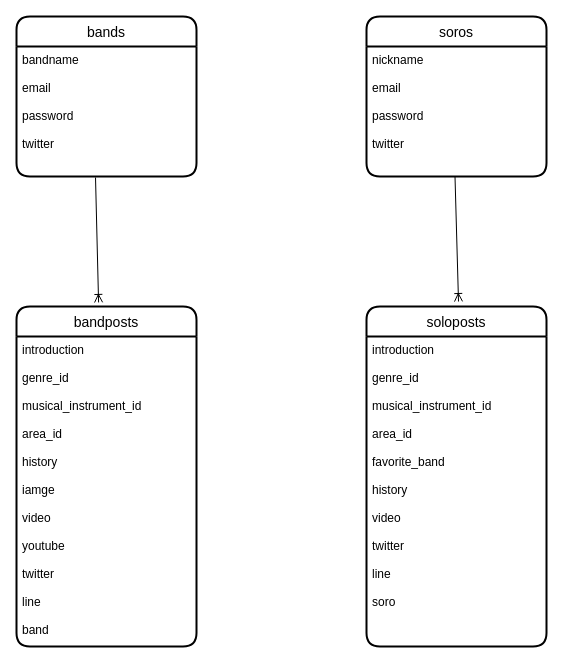
This is ER.dio from yamato1001/band-app, a draw.io file, before an edit. Source tidied: cells renumbered, new cells numbered last; positions are measured from the earlier drawing's top-left corner, leaving out a move shared by most shapes. Both pictures are drawn from the tidied source at 100%, with x=0, y=0 at pixel (16, 16).
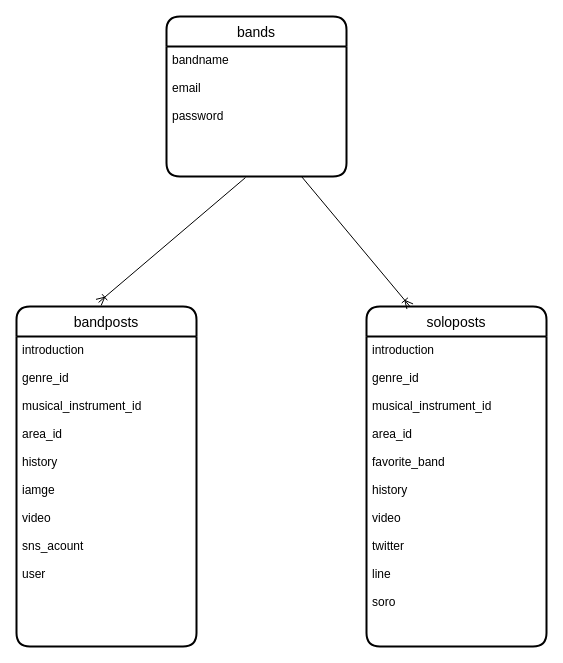
The same diagram, later.

The edit, as a diff of the source:
```diff
@@
 <mxGraphModel>
   <root>
     <mxCell id="0" />
     <mxCell id="1" parent="0" />
     <mxCell id="2" value="bands" style="swimlane;horizontal=1;startSize=30;rounded=1;fontSize=14;fontStyle=0;strokeWidth=2;shadow=0;dashed=0;align=center;" parent="1" vertex="1">
-      <mxGeometry width="180" height="160" as="geometry" />
+      <mxGeometry x="150" width="180" height="160" as="geometry" />
     </mxCell>
-    <mxCell id="3" value="bandname&#10;&#10;email&#10;&#10;password&#10;&#10;twitter&#10;" style="align=left;strokeColor=none;fillColor=none;spacingLeft=4;fontSize=12;verticalAlign=top;" parent="2" vertex="1">
+    <mxCell id="3" value="bandname&#10;&#10;email&#10;&#10;password&#10;&#10;" style="align=left;strokeColor=none;fillColor=none;spacingLeft=4;fontSize=12;verticalAlign=top;" parent="2" vertex="1">
       <mxGeometry y="30" width="180" height="130" as="geometry" />
     </mxCell>
-    <mxCell id="4" value="soros" style="swimlane;horizontal=1;startSize=30;rounded=1;fontSize=14;fontStyle=0;strokeWidth=2;shadow=0;dashed=0;align=center;" parent="1" vertex="1">
-      <mxGeometry x="350" width="180" height="160" as="geometry" />
-    </mxCell>
-    <mxCell id="5" value="nickname&#10;&#10;email&#10;&#10;password&#10;&#10;twitter" style="align=left;strokeColor=none;fillColor=none;spacingLeft=4;fontSize=12;verticalAlign=top;" parent="4" vertex="1">
-      <mxGeometry y="30" width="180" height="130" as="geometry" />
-    </mxCell>
     <mxCell id="6" value="bandposts" style="swimlane;horizontal=1;startSize=30;rounded=1;fontSize=14;fontStyle=0;strokeWidth=2;shadow=0;dashed=0;align=center;" parent="1" vertex="1">
       <mxGeometry y="290" width="180" height="340" as="geometry" />
     </mxCell>
-    <mxCell id="7" value="introduction&#10;&#10;genre_id&#10;&#10;musical_instrument_id&#10;&#10;area_id&#10;&#10;history&#10;&#10;iamge&#10;&#10;video&#10;&#10;youtube&#10;&#10;twitter&#10;&#10;line&#10;&#10;band" style="align=left;strokeColor=none;fillColor=none;spacingLeft=4;fontSize=12;verticalAlign=top;" parent="6" vertex="1">
+    <mxCell id="7" value="introduction&#10;&#10;genre_id&#10;&#10;musical_instrument_id&#10;&#10;area_id&#10;&#10;history&#10;&#10;iamge&#10;&#10;video&#10;&#10;sns_acount&#10;&#10;user" style="align=left;strokeColor=none;fillColor=none;spacingLeft=4;fontSize=12;verticalAlign=top;" parent="6" vertex="1">
       <mxGeometry y="30" width="180" height="310" as="geometry" />
     </mxCell>
     <mxCell id="8" value="soloposts" style="swimlane;horizontal=1;startSize=30;rounded=1;fontSize=14;fontStyle=0;strokeWidth=2;shadow=0;dashed=0;align=center;" parent="1" vertex="1">
       <mxGeometry x="350" y="290" width="180" height="340" as="geometry" />
     </mxCell>
     <mxCell id="9" value="introduction&#10;&#10;genre_id&#10;&#10;musical_instrument_id&#10;&#10;area_id&#10;&#10;favorite_band&#10;&#10;history&#10;&#10;video&#10;&#10;twitter&#10;&#10;line&#10;&#10;soro" style="align=left;strokeColor=none;fillColor=none;spacingLeft=4;fontSize=12;verticalAlign=top;" parent="8" vertex="1">
       <mxGeometry y="30" width="180" height="310" as="geometry" />
     </mxCell>
     <mxCell id="10" style="fontSize=12;html=1;endArrow=ERoneToMany;exitX=0.439;exitY=1.008;exitDx=0;exitDy=0;exitPerimeter=0;entryX=0.456;entryY=-0.012;entryDx=0;entryDy=0;entryPerimeter=0;" parent="1" edge="1" source="3" target="6">
       <mxGeometry relative="1" as="geometry" />
     </mxCell>
-    <mxCell id="11" style="fontSize=12;html=1;endArrow=ERoneToMany;exitX=0.439;exitY=1.008;exitDx=0;exitDy=0;exitPerimeter=0;" parent="1" edge="1">
+    <mxCell id="11" style="fontSize=12;html=1;endArrow=ERoneToMany;exitX=0.75;exitY=1;exitDx=0;exitDy=0;" parent="1" edge="1" source="3">
       <mxGeometry relative="1" as="geometry">
-        <mxPoint x="438.5" y="160" as="sourcePoint" />
-        <mxPoint x="442" y="285" as="targetPoint" />
+        <mxPoint x="393.5" y="290" as="targetPoint" />
       </mxGeometry>
     </mxCell>
   </root>
 </mxGraphModel>
```
